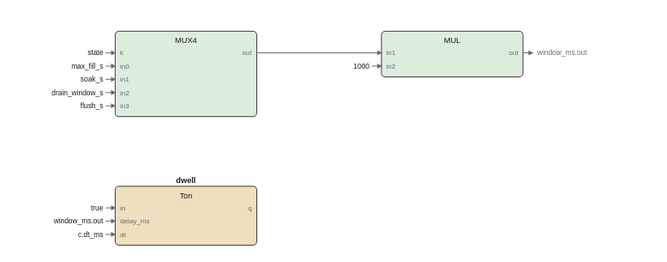
Before: images/logic/irrigation_fbd.drawio.svg, a diagram exported from draw.io (pstch/botanik2). Source tidied: cells renumbered, new cells last; positions are measured from the earlier drawing's top-left corner, leaving out a move shared by most shapes.
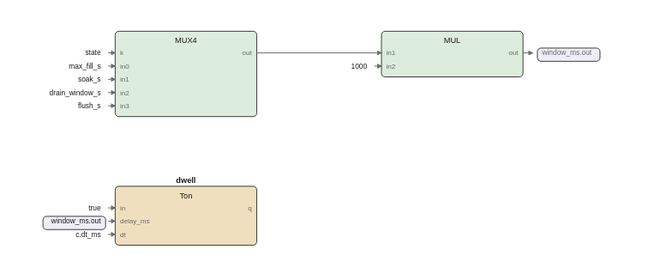
The same diagram one commit later.

Change to the diagram source:
```diff
@@ -62,101 +62,94 @@
     <mxCell id="21" value="q" style="text;html=1;whiteSpace=nowrap;fontSize=6;fontColor=#6b6b6b;align=right;verticalAlign=middle;" parent="1" vertex="1">
       <mxGeometry x="154" y="142.7" width="20" height="9.8" as="geometry" />
     </mxCell>
-    <mxCell id="22" style="edgeStyle=none;html=1;strokeColor=#6b6b6b;endArrow=block;" parent="1" edge="1">
+    <mxCell id="22" style="edgeStyle=none;html=1;strokeColor=#6b6b6b;endArrow=block;exitX=1;exitY=0.4737;exitDx=0;exitDy=0;" parent="1" edge="1" source="10">
       <mxGeometry relative="1" as="geometry">
-        <mxPoint x="400" y="18" as="sourcePoint" />
         <mxPoint x="408" y="18" as="targetPoint" />
       </mxGeometry>
     </mxCell>
-    <mxCell id="23" value="window_ms.out" style="text;html=1;whiteSpace=nowrap;fontSize=6;fontColor=#6b6b6b;align=left;verticalAlign=middle;" parent="1" vertex="1">
-      <mxGeometry x="412" y="13.5" width="46.9" height="10" as="geometry" />
+    <mxCell id="23" style="rounded=1;fillColor=#efeef6;strokeColor=#1a1a1a;whiteSpace=wrap;html=1;fontSize=8;" parent="1" vertex="1">
+      <mxGeometry x="412" y="14" width="52.2" height="11" as="geometry" />
     </mxCell>
-    <mxCell id="24" style="edgeStyle=none;html=1;strokeColor=#6b6b6b;endArrow=block;" parent="1" edge="1">
-      <mxGeometry relative="1" as="geometry">
-        <mxPoint x="178" y="18" as="sourcePoint" />
-        <mxPoint x="282" y="18" as="targetPoint" />
-      </mxGeometry>
-    </mxCell>
+    <mxCell id="39" value="window_ms.out" style="text;html=1;whiteSpace=nowrap;fontSize=6;fontColor=#6b6b6b;align=left;verticalAlign=middle;" parent="1" vertex="1">
+      <mxGeometry x="416" y="13.5" width="46.9" height="10" as="geometry" />
+    </mxCell>
+    <mxCell id="43" style="edgeStyle=none;html=1;strokeColor=#6b6b6b;endArrow=block;exitX=1;exitY=0.2535;exitDx=0;exitDy=0;entryX=0;entryY=0.4737;entryDx=0;entryDy=0;" parent="1" edge="1" source="2" target="10">
+      <mxGeometry relative="1" as="geometry" />
+    </mxCell>
     <mxCell id="25" value="state" style="text;html=1;whiteSpace=nowrap;fontSize=6;fontColor=#1a1a1a;align=right;verticalAlign=middle;" parent="1" vertex="1">
-      <mxGeometry x="29.5" y="13.5" width="20.5" height="10" as="geometry" />
+      <mxGeometry x="27.5" y="13.5" width="20.5" height="10" as="geometry" />
     </mxCell>
-    <mxCell id="26" style="edgeStyle=none;html=1;strokeColor=#6b6b6b;endArrow=block;" parent="1" edge="1">
-      <mxGeometry relative="1" as="geometry">
-        <mxPoint x="52" y="18" as="sourcePoint" />
-        <mxPoint x="60" y="18" as="targetPoint" />
-      </mxGeometry>
-    </mxCell>
+    <mxCell id="44" style="edgeStyle=none;html=1;strokeColor=#6b6b6b;endArrow=block;entryX=0;entryY=0.2535;entryDx=0;entryDy=0;" parent="1" edge="1" target="2">
+      <mxGeometry relative="1" as="geometry">
+        <mxPoint x="54" y="18" as="sourcePoint" />
+      </mxGeometry>
+    </mxCell>
     <mxCell id="27" value="max_fill_s" style="text;html=1;whiteSpace=nowrap;fontSize=6;fontColor=#1a1a1a;align=right;verticalAlign=middle;" parent="1" vertex="1">
-      <mxGeometry x="13" y="24.5" width="37" height="10" as="geometry" />
+      <mxGeometry x="11" y="24.5" width="37" height="10" as="geometry" />
     </mxCell>
-    <mxCell id="28" style="edgeStyle=none;html=1;strokeColor=#6b6b6b;endArrow=block;" parent="1" edge="1">
-      <mxGeometry relative="1" as="geometry">
-        <mxPoint x="52" y="29" as="sourcePoint" />
-        <mxPoint x="60" y="29" as="targetPoint" />
-      </mxGeometry>
-    </mxCell>
+    <mxCell id="45" style="edgeStyle=none;html=1;strokeColor=#6b6b6b;endArrow=block;entryX=0;entryY=0.4085;entryDx=0;entryDy=0;" parent="1" edge="1" target="2">
+      <mxGeometry relative="1" as="geometry">
+        <mxPoint x="54" y="29" as="sourcePoint" />
+      </mxGeometry>
+    </mxCell>
     <mxCell id="29" value="soak_s" style="text;html=1;whiteSpace=nowrap;fontSize=6;fontColor=#1a1a1a;align=right;verticalAlign=middle;" parent="1" vertex="1">
-      <mxGeometry x="26.2" y="35.5" width="23.8" height="10" as="geometry" />
+      <mxGeometry x="24.2" y="35.5" width="23.8" height="10" as="geometry" />
     </mxCell>
-    <mxCell id="30" style="edgeStyle=none;html=1;strokeColor=#6b6b6b;endArrow=block;" parent="1" edge="1">
-      <mxGeometry relative="1" as="geometry">
-        <mxPoint x="52" y="40" as="sourcePoint" />
-        <mxPoint x="60" y="40" as="targetPoint" />
-      </mxGeometry>
-    </mxCell>
+    <mxCell id="46" style="edgeStyle=none;html=1;strokeColor=#6b6b6b;endArrow=block;entryX=0;entryY=0.5634;entryDx=0;entryDy=0;" parent="1" edge="1" target="2">
+      <mxGeometry relative="1" as="geometry">
+        <mxPoint x="54" y="40" as="sourcePoint" />
+      </mxGeometry>
+    </mxCell>
     <mxCell id="31" value="drain_window_s" style="text;html=1;whiteSpace=nowrap;fontSize=6;fontColor=#1a1a1a;align=right;verticalAlign=middle;" parent="1" vertex="1">
-      <mxGeometry x="-0.2" y="46.5" width="50.2" height="10" as="geometry" />
+      <mxGeometry x="-2.2" y="46.5" width="50.2" height="10" as="geometry" />
     </mxCell>
-    <mxCell id="32" style="edgeStyle=none;html=1;strokeColor=#6b6b6b;endArrow=block;" parent="1" edge="1">
-      <mxGeometry relative="1" as="geometry">
-        <mxPoint x="52" y="51" as="sourcePoint" />
-        <mxPoint x="60" y="51" as="targetPoint" />
-      </mxGeometry>
-    </mxCell>
+    <mxCell id="47" style="edgeStyle=none;html=1;strokeColor=#6b6b6b;endArrow=block;entryX=0;entryY=0.7183;entryDx=0;entryDy=0;" parent="1" edge="1" target="2">
+      <mxGeometry relative="1" as="geometry">
+        <mxPoint x="54" y="51" as="sourcePoint" />
+      </mxGeometry>
+    </mxCell>
     <mxCell id="33" value="flush_s" style="text;html=1;whiteSpace=nowrap;fontSize=6;fontColor=#1a1a1a;align=right;verticalAlign=middle;" parent="1" vertex="1">
-      <mxGeometry x="22.9" y="57.5" width="27.1" height="10" as="geometry" />
+      <mxGeometry x="20.9" y="57.5" width="27.1" height="10" as="geometry" />
     </mxCell>
-    <mxCell id="34" style="edgeStyle=none;html=1;strokeColor=#6b6b6b;endArrow=block;" parent="1" edge="1">
-      <mxGeometry relative="1" as="geometry">
-        <mxPoint x="52" y="62" as="sourcePoint" />
-        <mxPoint x="60" y="62" as="targetPoint" />
-      </mxGeometry>
-    </mxCell>
+    <mxCell id="48" style="edgeStyle=none;html=1;strokeColor=#6b6b6b;endArrow=block;entryX=0;entryY=0.8732;entryDx=0;entryDy=0;" parent="1" edge="1" target="2">
+      <mxGeometry relative="1" as="geometry">
+        <mxPoint x="54" y="62" as="sourcePoint" />
+      </mxGeometry>
+    </mxCell>
     <mxCell id="35" value="1000" style="text;html=1;whiteSpace=nowrap;fontSize=6;fontColor=#1a1a1a;align=right;verticalAlign=middle;" parent="1" vertex="1">
-      <mxGeometry x="252" y="24.5" width="20" height="10" as="geometry" />
+      <mxGeometry x="250" y="24.5" width="20" height="10" as="geometry" />
     </mxCell>
-    <mxCell id="36" style="edgeStyle=none;html=1;strokeColor=#6b6b6b;endArrow=block;" parent="1" edge="1">
-      <mxGeometry relative="1" as="geometry">
-        <mxPoint x="274" y="29" as="sourcePoint" />
-        <mxPoint x="282" y="29" as="targetPoint" />
-      </mxGeometry>
-    </mxCell>
+    <mxCell id="49" style="edgeStyle=none;html=1;strokeColor=#6b6b6b;endArrow=block;entryX=0;entryY=0.7632;entryDx=0;entryDy=0;" parent="1" edge="1" target="10">
+      <mxGeometry relative="1" as="geometry">
+        <mxPoint x="276" y="29" as="sourcePoint" />
+      </mxGeometry>
+    </mxCell>
     <mxCell id="37" value="true" style="text;html=1;whiteSpace=nowrap;fontSize=6;fontColor=#1a1a1a;align=right;verticalAlign=middle;" parent="1" vertex="1">
-      <mxGeometry x="30" y="142.5" width="20" height="10" as="geometry" />
+      <mxGeometry x="28" y="142.5" width="20" height="10" as="geometry" />
     </mxCell>
-    <mxCell id="38" style="edgeStyle=none;html=1;strokeColor=#6b6b6b;endArrow=block;" parent="1" edge="1">
-      <mxGeometry relative="1" as="geometry">
-        <mxPoint x="52" y="147" as="sourcePoint" />
-        <mxPoint x="60" y="147" as="targetPoint" />
-      </mxGeometry>
-    </mxCell>
-    <mxCell id="39" value="window_ms.out" style="text;html=1;whiteSpace=nowrap;fontSize=6;fontColor=#1a1a1a;align=right;verticalAlign=middle;" parent="1" vertex="1">
-      <mxGeometry x="3.1" y="153.5" width="46.9" height="10" as="geometry" />
-    </mxCell>
-    <mxCell id="40" style="edgeStyle=none;html=1;strokeColor=#6b6b6b;endArrow=block;" parent="1" edge="1">
-      <mxGeometry relative="1" as="geometry">
-        <mxPoint x="52" y="158" as="sourcePoint" />
-        <mxPoint x="60" y="158" as="targetPoint" />
-      </mxGeometry>
-    </mxCell>
+    <mxCell id="50" style="edgeStyle=none;html=1;strokeColor=#6b6b6b;endArrow=block;entryX=0;entryY=0.3673;entryDx=0;entryDy=0;" parent="1" edge="1" target="15">
+      <mxGeometry relative="1" as="geometry">
+        <mxPoint x="54" y="147" as="sourcePoint" />
+      </mxGeometry>
+    </mxCell>
+    <mxCell id="51" style="rounded=1;fillColor=#efeef6;strokeColor=#1a1a1a;whiteSpace=wrap;html=1;fontSize=8;" parent="1" vertex="1">
+      <mxGeometry x="-0.2" y="154" width="52.2" height="11" as="geometry" />
+    </mxCell>
-    <mxCell id="41" value="c.dt_ms" style="text;html=1;whiteSpace=nowrap;fontSize=6;fontColor=#1a1a1a;align=right;verticalAlign=middle;" parent="1" vertex="1">
-      <mxGeometry x="22.9" y="164.5" width="27.1" height="10" as="geometry" />
+    <mxCell id="41" value="window_ms.out" style="text;html=1;whiteSpace=nowrap;fontSize=6;fontColor=#1a1a1a;align=right;verticalAlign=middle;" parent="1" vertex="1">
+      <mxGeometry x="1.1" y="153.5" width="46.9" height="10" as="geometry" />
     </mxCell>
-    <mxCell id="42" style="edgeStyle=none;html=1;strokeColor=#6b6b6b;endArrow=block;" parent="1" edge="1">
+    <mxCell id="42" style="edgeStyle=none;html=1;strokeColor=#6b6b6b;endArrow=block;entryX=0;entryY=0.5918;entryDx=0;entryDy=0;" parent="1" edge="1" target="15">
       <mxGeometry relative="1" as="geometry">
-        <mxPoint x="52" y="169" as="sourcePoint" />
-        <mxPoint x="60" y="169" as="targetPoint" />
+        <mxPoint x="54" y="158" as="sourcePoint" />
       </mxGeometry>
     </mxCell>
+    <mxCell id="52" value="c.dt_ms" style="text;html=1;whiteSpace=nowrap;fontSize=6;fontColor=#1a1a1a;align=right;verticalAlign=middle;" parent="1" vertex="1">
+      <mxGeometry x="20.9" y="164.5" width="27.1" height="10" as="geometry" />
+    </mxCell>
+    <mxCell id="53" style="edgeStyle=none;html=1;strokeColor=#6b6b6b;endArrow=block;entryX=0;entryY=0.8163;entryDx=0;entryDy=0;" parent="1" edge="1" target="15">
+      <mxGeometry relative="1" as="geometry">
+        <mxPoint x="54" y="169" as="sourcePoint" />
+      </mxGeometry>
+    </mxCell>
   </root>
 </mxGraphModel>
```
